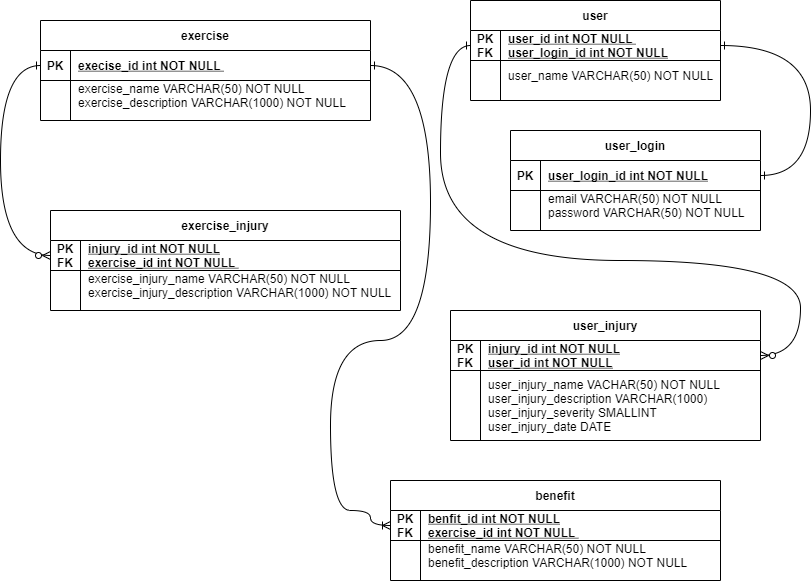
This is documentation/Logical Design.png from CS480UIC/cs480-final-project-aging_population_fitness, a draw.io export, as it was before one commit. Source tidied: cells renumbered, new cells last; positions are measured from the earlier drawing's top-left corner, leaving out a move shared by most shapes.
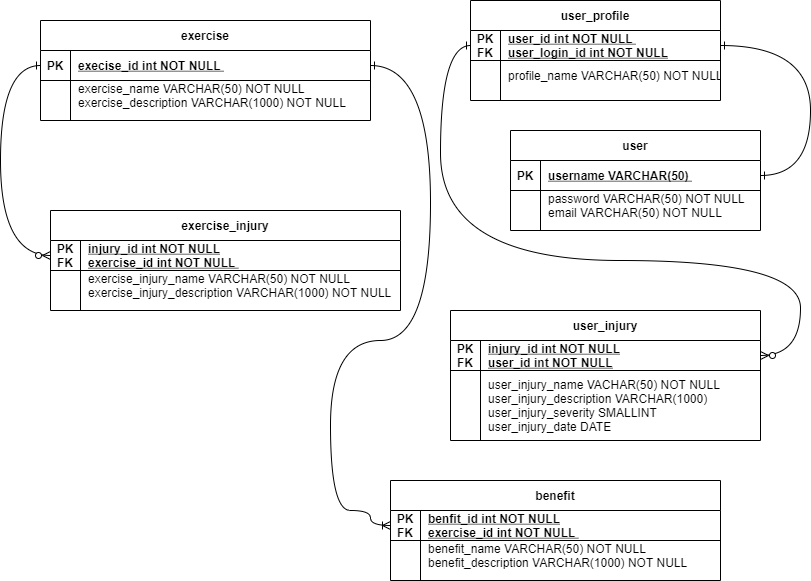
The same file after the commit.

Commit message:
updated logical design to have correct version of preexisting user entity

The edit, as a diff of the source:
```diff
@@ -23,7 +23,7 @@
     <mxCell id="8" value="exercise_name VARCHAR(50) NOT NULL&#10;exercise_description VARCHAR(1000) NOT NULL " style="shape=partialRectangle;overflow=hidden;fillColor=none;top=0;left=0;bottom=0;right=0;align=left;spacingLeft=6;" parent="6" vertex="1">
       <mxGeometry x="30" width="300" height="30" as="geometry" />
     </mxCell>
-    <mxCell id="9" value="user" style="shape=table;startSize=30;rowLines=0;fontStyle=1;align=center;" parent="1" vertex="1">
+    <mxCell id="9" value="user_profile" style="shape=table;startSize=30;rowLines=0;fontStyle=1;align=center;" parent="1" vertex="1">
       <mxGeometry x="470" width="250" height="100" as="geometry" />
     </mxCell>
     <mxCell id="10" style="shape=partialRectangle;fillColor=none;points=[[0,0.5],[1,0.5]];portConstraint=eastwest;top=0;left=0;right=0;bottom=1;" parent="9" vertex="1">
@@ -41,10 +41,10 @@
     <mxCell id="14" style="shape=partialRectangle;overflow=hidden;fillColor=none;top=0;left=0;bottom=0;right=0;" parent="13" vertex="1">
       <mxGeometry width="30" height="30" as="geometry" />
     </mxCell>
-    <mxCell id="15" value="user_name VARCHAR(50) NOT NULL " style="shape=partialRectangle;overflow=hidden;fillColor=none;top=0;left=0;bottom=0;right=0;align=left;spacingLeft=6;" parent="13" vertex="1">
+    <mxCell id="15" value="profile_name VARCHAR(50) NOT NULL " style="shape=partialRectangle;overflow=hidden;fillColor=none;top=0;left=0;bottom=0;right=0;align=left;spacingLeft=6;" parent="13" vertex="1">
       <mxGeometry x="30" width="220" height="30" as="geometry" />
     </mxCell>
-    <mxCell id="16" value="user_login" style="shape=table;startSize=30;rowLines=0;fontStyle=1;align=center;" parent="1" vertex="1">
+    <mxCell id="16" value="user" style="shape=table;startSize=30;rowLines=0;fontStyle=1;align=center;" parent="1" vertex="1">
       <mxGeometry x="510" y="130" width="250" height="100" as="geometry" />
     </mxCell>
     <mxCell id="17" style="shape=partialRectangle;fillColor=none;points=[[0,0.5],[1,0.5]];portConstraint=eastwest;top=0;left=0;right=0;bottom=1;" parent="16" vertex="1">
@@ -53,7 +53,7 @@
     <mxCell id="18" value="PK" style="shape=partialRectangle;overflow=hidden;fillColor=none;top=0;left=0;bottom=0;right=0;fontStyle=1;" parent="17" vertex="1">
       <mxGeometry width="30" height="30" as="geometry" />
     </mxCell>
-    <mxCell id="19" value="user_login_id int NOT NULL" style="shape=partialRectangle;overflow=hidden;fillColor=none;top=0;left=0;bottom=0;right=0;align=left;spacingLeft=6;fontStyle=5;" parent="17" vertex="1">
+    <mxCell id="19" value="username VARCHAR(50) " style="shape=partialRectangle;overflow=hidden;fillColor=none;top=0;left=0;bottom=0;right=0;align=left;spacingLeft=6;fontStyle=5;" parent="17" vertex="1">
       <mxGeometry x="30" width="220" height="30" as="geometry" />
     </mxCell>
     <mxCell id="20" style="shape=partialRectangle;fillColor=none;top=0;left=0;right=0;bottom=0;" parent="16" vertex="1">
@@ -62,7 +62,7 @@
     <mxCell id="21" style="shape=partialRectangle;overflow=hidden;fillColor=none;top=0;left=0;bottom=0;right=0;" parent="20" vertex="1">
       <mxGeometry width="30" height="30" as="geometry" />
     </mxCell>
-    <mxCell id="22" value="email VARCHAR(50) NOT NULL &#10;password VARCHAR(50) NOT NULL " style="shape=partialRectangle;overflow=hidden;fillColor=none;top=0;left=0;bottom=0;right=0;align=left;spacingLeft=6;" parent="20" vertex="1">
+    <mxCell id="22" value="password VARCHAR(50) NOT NULL &#10;email VARCHAR(50) NOT NULL " style="shape=partialRectangle;overflow=hidden;fillColor=none;top=0;left=0;bottom=0;right=0;align=left;spacingLeft=6;" parent="20" vertex="1">
       <mxGeometry x="30" width="220" height="30" as="geometry" />
     </mxCell>
     <mxCell id="23" value="user_injury" style="shape=table;startSize=30;rowLines=0;fontStyle=1;align=center;" parent="1" vertex="1">
```
